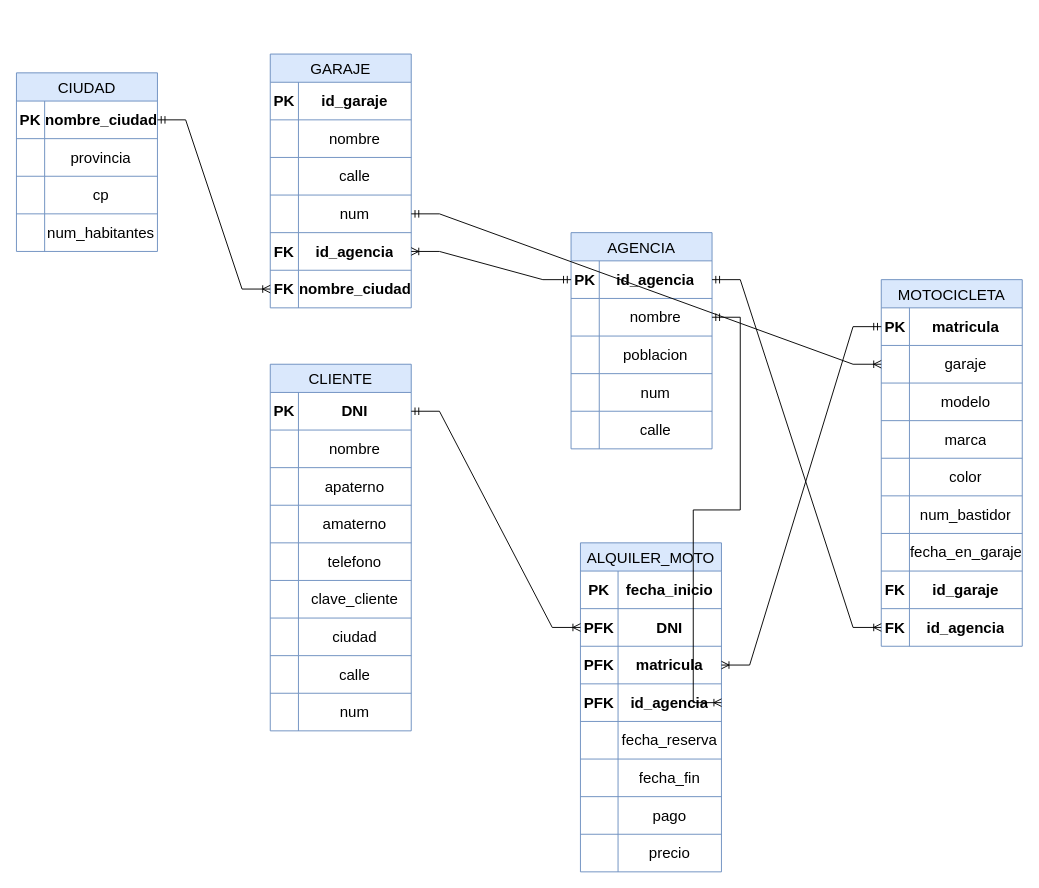
The draw.io diagram Modelo Relacional Motocicletas TBD.drawio in misiomishi/itcj, before the edit. Source tidied: cells renumbered, new cells numbered last; positions are measured from the earlier drawing's top-left corner, leaving out a move shared by most shapes. Both pictures are drawn from the tidied source at 94%, with x=0, y=0 at pixel (16, 54).
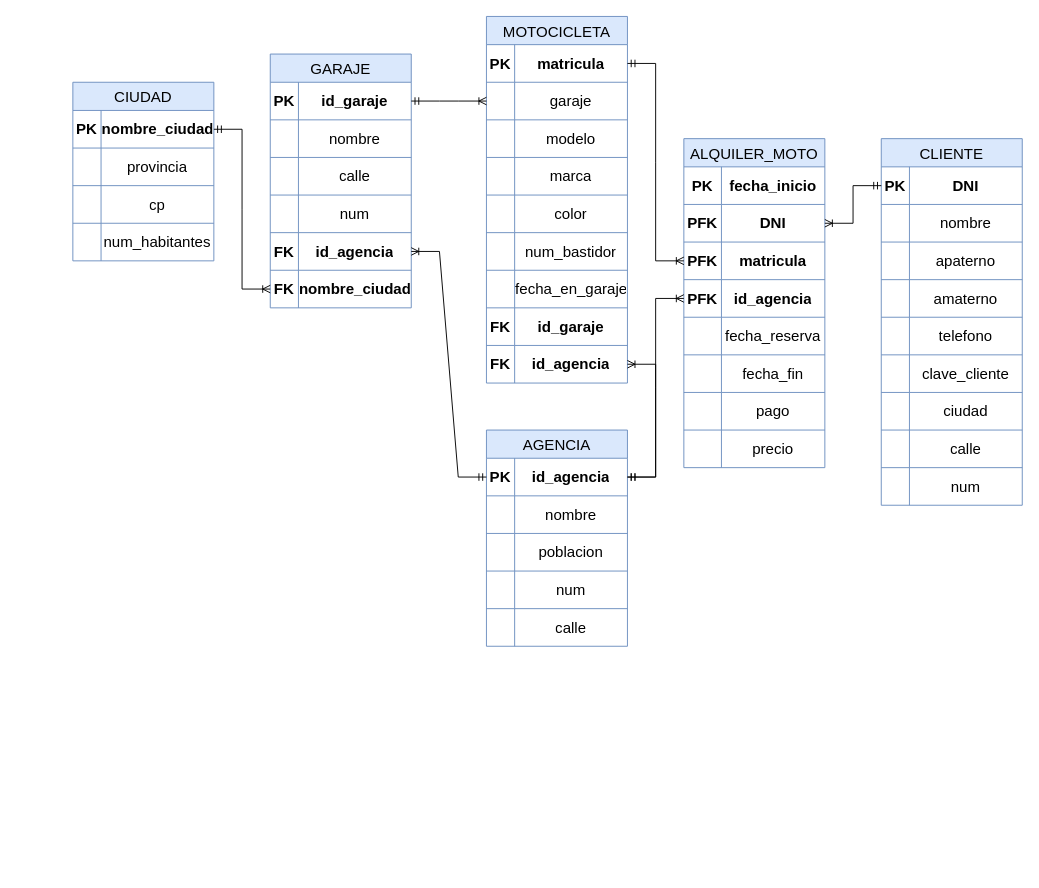
After the change.

Unchanged cells that the change refers to:
```xml
<mxCell id="16" style="shape=tableRow;horizontal=0;startSize=0;swimlaneHead=0;swimlaneBody=0;strokeColor=inherit;top=0;left=0;bottom=0;right=0;fillColor=none;points=[[0,0.5],[1,0.5]];portConstraint=eastwest;fontSize=16;" parent="15" vertex="1">
  <mxGeometry y="30" width="150" height="40" as="geometry" />
</mxCell>
<mxCell id="19" style="shape=tableRow;horizontal=0;startSize=0;swimlaneHead=0;swimlaneBody=0;strokeColor=inherit;top=0;left=0;bottom=0;right=0;fillColor=none;points=[[0,0.5],[1,0.5]];portConstraint=eastwest;fontSize=16;" parent="15" vertex="1">
  <mxGeometry y="70" width="150" height="40" as="geometry" />
</mxCell>
<mxCell id="32" style="shape=tableRow;horizontal=0;startSize=0;swimlaneHead=0;swimlaneBody=0;strokeColor=inherit;top=0;left=0;bottom=0;right=0;fillColor=none;points=[[0,0.5],[1,0.5]];portConstraint=eastwest;fontSize=16;" parent="31" vertex="1">
  <mxGeometry y="30" width="150" height="40" as="geometry" />
</mxCell>
<mxCell id="60" style="shape=tableRow;horizontal=0;startSize=0;swimlaneHead=0;swimlaneBody=0;strokeColor=inherit;top=0;left=0;bottom=0;right=0;fillColor=none;points=[[0,0.5],[1,0.5]];portConstraint=eastwest;fontSize=16;" parent="59" vertex="1">
  <mxGeometry y="30" width="150" height="40" as="geometry" />
</mxCell>
<mxCell id="63" style="shape=tableRow;horizontal=0;startSize=0;swimlaneHead=0;swimlaneBody=0;strokeColor=inherit;top=0;left=0;bottom=0;right=0;fillColor=none;points=[[0,0.5],[1,0.5]];portConstraint=eastwest;fontSize=16;" parent="59" vertex="1">
  <mxGeometry y="70" width="150" height="40" as="geometry" />
</mxCell>
<mxCell id="84" style="shape=tableRow;horizontal=0;startSize=0;swimlaneHead=0;swimlaneBody=0;strokeColor=inherit;top=0;left=0;bottom=0;right=0;fillColor=none;points=[[0,0.5],[1,0.5]];portConstraint=eastwest;fontSize=16;fontStyle=1;" parent="59" vertex="1">
  <mxGeometry y="350" width="150" height="40" as="geometry" />
</mxCell>
<mxCell id="88" style="shape=tableRow;horizontal=0;startSize=0;swimlaneHead=0;swimlaneBody=0;strokeColor=inherit;top=0;left=0;bottom=0;right=0;fillColor=none;points=[[0,0.5],[1,0.5]];portConstraint=eastwest;fontSize=16;" parent="87" vertex="1">
  <mxGeometry y="30" width="150" height="40" as="geometry" />
</mxCell>
<mxCell id="97" style="shape=tableRow;horizontal=0;startSize=0;swimlaneHead=0;swimlaneBody=0;strokeColor=inherit;top=0;left=0;bottom=0;right=0;fillColor=none;points=[[0,0.5],[1,0.5]];portConstraint=eastwest;fontSize=16;" parent="87" vertex="1">
  <mxGeometry y="150" width="150" height="40" as="geometry" />
</mxCell>
<mxCell id="110" style="shape=tableRow;horizontal=0;startSize=0;swimlaneHead=0;swimlaneBody=0;strokeColor=inherit;top=0;left=0;bottom=0;right=0;fillColor=none;points=[[0,0.5],[1,0.5]];portConstraint=eastwest;fontSize=16;fontStyle=1;" parent="106" vertex="1">
  <mxGeometry y="70" width="150" height="40" as="geometry" />
</mxCell>
<mxCell id="113" style="shape=tableRow;horizontal=0;startSize=0;swimlaneHead=0;swimlaneBody=0;strokeColor=inherit;top=0;left=0;bottom=0;right=0;fillColor=none;points=[[0,0.5],[1,0.5]];portConstraint=eastwest;fontSize=16;fontStyle=1;" parent="106" vertex="1">
  <mxGeometry y="110" width="150" height="40" as="geometry" />
</mxCell>
<mxCell id="116" style="shape=tableRow;horizontal=0;startSize=0;swimlaneHead=0;swimlaneBody=0;strokeColor=inherit;top=0;left=0;bottom=0;right=0;fillColor=none;points=[[0,0.5],[1,0.5]];portConstraint=eastwest;fontSize=16;fontStyle=1;" parent="106" vertex="1">
  <mxGeometry y="150" width="150" height="40" as="geometry" />
</mxCell>
```

Change to the diagram source:
```diff
@@
     <mxCell id="2" value="CIUDAD" style="shape=table;startSize=30;childLayout=tableLayout;strokeColor=#6c8ebf;fontSize=16;fillColor=#dae8fc;" parent="1" vertex="1">
-      <mxGeometry y="20" width="150" height="190" as="geometry" />
+      <mxGeometry x="60" y="30" width="150" height="190" as="geometry" />
     </mxCell>
@@
     <mxCell id="15" value="AGENCIA" style="shape=table;startSize=30;childLayout=tableLayout;strokeColor=#6c8ebf;fontSize=16;fillColor=#dae8fc;" parent="1" vertex="1">
-      <mxGeometry x="590" y="190" width="150" height="230" as="geometry" />
+      <mxGeometry x="500" y="400" width="150" height="230" as="geometry" />
     </mxCell>
@@
     <mxCell id="31" value="CLIENTE" style="shape=table;startSize=30;childLayout=tableLayout;strokeColor=#6c8ebf;fontSize=16;fillColor=#dae8fc;" parent="1" vertex="1">
-      <mxGeometry x="270" y="330" width="150" height="390" as="geometry" />
+      <mxGeometry x="920" y="90" width="150" height="390" as="geometry" />
     </mxCell>
@@
     <mxCell id="59" value="MOTOCICLETA" style="shape=table;startSize=30;childLayout=tableLayout;strokeColor=#6c8ebf;fontSize=16;fillColor=#dae8fc;" parent="1" vertex="1">
-      <mxGeometry x="920" y="240" width="150" height="390" as="geometry" />
+      <mxGeometry x="500" y="-40" width="150" height="390" as="geometry" />
     </mxCell>
@@
     <mxCell id="106" value="ALQUILER_MOTO" style="shape=table;startSize=30;childLayout=tableLayout;strokeColor=#6c8ebf;fontSize=16;fillColor=#dae8fc;" parent="1" vertex="1">
-      <mxGeometry x="600" y="520" width="150" height="350" as="geometry" />
+      <mxGeometry x="710" y="90" width="150" height="350" as="geometry" />
     </mxCell>
@@
-    <mxCell id="133" style="edgeStyle=entityRelationEdgeStyle;fontSize=12;html=1;endArrow=ERoneToMany;startArrow=ERmandOne;rounded=0;exitX=1;exitY=0.5;exitDx=0;exitDy=0;entryX=0;entryY=0.5;entryDx=0;entryDy=0;" parent="1" edge="1" source="32" target="110">
-      <mxGeometry relative="1" as="geometry" />
-    </mxCell>
-    <mxCell id="134" style="edgeStyle=entityRelationEdgeStyle;fontSize=12;html=1;endArrow=ERoneToMany;startArrow=ERmandOne;rounded=0;exitX=1;exitY=0.5;exitDx=0;exitDy=0;entryX=0;entryY=0.5;entryDx=0;entryDy=0;" parent="1" edge="1" source="16" target="84">
+    <mxCell id="134" style="edgeStyle=entityRelationEdgeStyle;fontSize=12;html=1;endArrow=ERoneToMany;startArrow=ERmandOne;rounded=0;exitX=1;exitY=0.5;exitDx=0;exitDy=0;" parent="1" edge="1" source="16" target="84">
       <mxGeometry relative="1" as="geometry" />
     </mxCell>
-    <mxCell id="135" style="edgeStyle=entityRelationEdgeStyle;fontSize=12;html=1;endArrow=ERoneToMany;startArrow=ERmandOne;rounded=0;exitX=1;exitY=0.5;exitDx=0;exitDy=0;entryX=1;entryY=0.5;entryDx=0;entryDy=0;" parent="1" edge="1" source="19" target="116">
+    <mxCell id="135" style="edgeStyle=entityRelationEdgeStyle;fontSize=12;html=1;endArrow=ERoneToMany;startArrow=ERmandOne;rounded=0;exitX=1;exitY=0.5;exitDx=0;exitDy=0;entryX=0;entryY=0.5;entryDx=0;entryDy=0;" parent="1" edge="1" source="16" target="116">
       <mxGeometry relative="1" as="geometry" />
     </mxCell>
-    <mxCell id="136" style="edgeStyle=entityRelationEdgeStyle;fontSize=12;html=1;endArrow=ERoneToMany;startArrow=ERmandOne;rounded=0;exitX=0;exitY=0.5;exitDx=0;exitDy=0;entryX=1;entryY=0.5;entryDx=0;entryDy=0;" parent="1" edge="1" source="60" target="113">
+    <mxCell id="136" style="edgeStyle=entityRelationEdgeStyle;fontSize=12;html=1;endArrow=ERoneToMany;startArrow=ERmandOne;rounded=0;exitX=1;exitY=0.5;exitDx=0;exitDy=0;entryX=0;entryY=0.5;entryDx=0;entryDy=0;" parent="1" edge="1" source="60" target="113">
       <mxGeometry relative="1" as="geometry" />
     </mxCell>
-    <mxCell id="137" style="edgeStyle=entityRelationEdgeStyle;fontSize=12;html=1;endArrow=ERoneToMany;startArrow=ERmandOne;rounded=0;exitX=1;exitY=0.5;exitDx=0;exitDy=0;entryX=0;entryY=0.5;entryDx=0;entryDy=0;" parent="1" edge="1" source="97" target="63">
+    <mxCell id="137" style="edgeStyle=entityRelationEdgeStyle;fontSize=12;html=1;endArrow=ERoneToMany;startArrow=ERmandOne;rounded=0;exitX=1;exitY=0.5;exitDx=0;exitDy=0;entryX=0;entryY=0.5;entryDx=0;entryDy=0;" parent="1" edge="1" source="88" target="63">
       <mxGeometry relative="1" as="geometry" />
     </mxCell>
+    <mxCell id="133" style="edgeStyle=entityRelationEdgeStyle;fontSize=12;html=1;endArrow=ERoneToMany;startArrow=ERmandOne;rounded=0;exitX=0;exitY=0.5;exitDx=0;exitDy=0;entryX=1;entryY=0.5;entryDx=0;entryDy=0;" parent="1" edge="1" source="32" target="110">
+      <mxGeometry relative="1" as="geometry" />
+    </mxCell>
```
